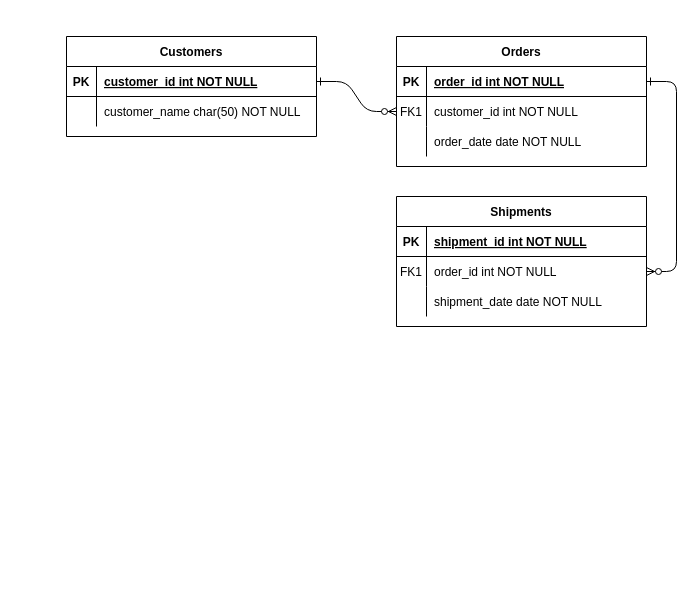
This is Untitled Diagram.drawio from whoisnaisu/skill-checkpoints-2-back-end-development, a draw.io file, before an edit. Source tidied: cells renumbered, new cells numbered last; positions are measured from the earlier drawing's top-left corner, leaving out a move shared by most shapes. Both pictures are drawn from the tidied source at 100%, with x=0, y=0 at pixel (66, 36).
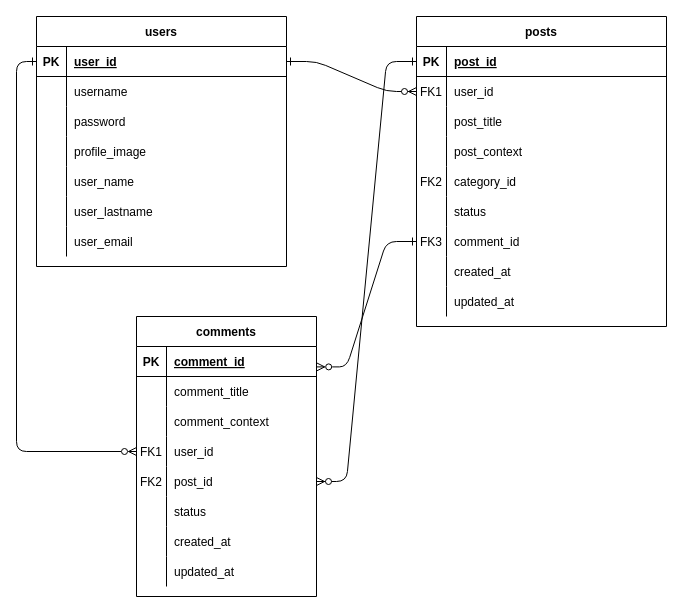
After the change.

The change refers to these unchanged cells:
```xml
<mxCell id="5" style="shape=partialRectangle;fillColor=none;points=[[0,0.5],[1,0.5]];portConstraint=eastwest;top=0;left=0;right=0;bottom=1;" parent="4" vertex="1">
  <mxGeometry y="30" width="250" height="30" as="geometry" />
</mxCell>
<mxCell id="8" style="shape=partialRectangle;fillColor=none;points=[[0,0.5],[1,0.5]];portConstraint=eastwest;top=0;left=0;right=0;bottom=0;" parent="4" vertex="1">
  <mxGeometry y="60" width="250" height="30" as="geometry" />
</mxCell>
<mxCell id="11" style="shape=partialRectangle;fillColor=none;top=0;left=0;right=0;bottom=0;" parent="4" vertex="1">
  <mxGeometry y="90" width="250" height="30" as="geometry" />
</mxCell>
<mxCell id="25" style="shape=partialRectangle;fillColor=none;points=[[0,0.5],[1,0.5]];portConstraint=eastwest;top=0;left=0;right=0;bottom=1;" parent="24" vertex="1">
  <mxGeometry y="30" width="250" height="30" as="geometry" />
</mxCell>
<mxCell id="28" style="shape=partialRectangle;fillColor=none;top=0;left=0;right=0;bottom=0;" parent="24" vertex="1">
  <mxGeometry y="60" width="250" height="30" as="geometry" />
</mxCell>
```

What changed in the source:
```diff
@@
-    <mxCell id="3" style="edgeStyle=entityRelationEdgeStyle;endArrow=ERzeroToMany;startArrow=ERone;endFill=1;startFill=0;" parent="1" edge="1" source="5" target="18">
+    <mxCell id="3" style="edgeStyle=entityRelationEdgeStyle;endArrow=ERzeroToMany;startArrow=ERone;endFill=1;startFill=0;" parent="1" edge="1" source="5" target="76">
       <mxGeometry relative="1" as="geometry" />
     </mxCell>
-    <mxCell id="4" value="Orders" style="shape=table;startSize=30;childLayout=tableLayout;rowLines=0;fontStyle=1;align=center;" parent="1" vertex="1">
-      <mxGeometry x="330" width="250" height="130" as="geometry" />
+    <mxCell id="4" value="posts" style="shape=table;startSize=30;childLayout=tableLayout;rowLines=0;fontStyle=1;align=center;" parent="1" vertex="1">
+      <mxGeometry x="350" y="-20" width="250" height="310" as="geometry" />
     </mxCell>
@@
-    <mxCell id="7" value="order_id int NOT NULL " style="shape=partialRectangle;overflow=hidden;fillColor=none;top=0;left=0;bottom=0;right=0;align=left;spacingLeft=6;fontStyle=5;" parent="5" vertex="1">
+    <mxCell id="7" value="post_id" style="shape=partialRectangle;overflow=hidden;fillColor=none;top=0;left=0;bottom=0;right=0;align=left;spacingLeft=6;fontStyle=5;" parent="5" vertex="1">
       <mxGeometry x="30" width="220" height="30" as="geometry" />
     </mxCell>
@@
-    <mxCell id="10" value="customer_id int NOT NULL" style="shape=partialRectangle;overflow=hidden;fillColor=none;top=0;left=0;bottom=0;right=0;align=left;spacingLeft=6;" parent="8" vertex="1">
+    <mxCell id="10" value="user_id" style="shape=partialRectangle;overflow=hidden;fillColor=none;top=0;left=0;bottom=0;right=0;align=left;spacingLeft=6;" parent="8" vertex="1">
       <mxGeometry x="30" width="220" height="30" as="geometry" />
     </mxCell>
@@
-    <mxCell id="13" value="order_date date NOT NULL" style="shape=partialRectangle;overflow=hidden;fillColor=none;top=0;left=0;bottom=0;right=0;align=left;spacingLeft=6;" parent="11" vertex="1">
+    <mxCell id="13" value="post_title" style="shape=partialRectangle;overflow=hidden;fillColor=none;top=0;left=0;bottom=0;right=0;align=left;spacingLeft=6;" parent="11" vertex="1">
       <mxGeometry x="30" width="220" height="30" as="geometry" />
     </mxCell>
-    <mxCell id="14" value="Shipments" style="shape=table;startSize=30;childLayout=tableLayout;rowLines=0;fontStyle=1;align=center;" parent="1" vertex="1">
-      <mxGeometry x="330" y="160" width="250" height="130" as="geometry" />
-    </mxCell>
-    <mxCell id="15" style="shape=partialRectangle;fillColor=none;top=0;left=0;right=0;bottom=1;" parent="14" vertex="1">
-      <mxGeometry y="30" width="250" height="30" as="geometry" />
-    </mxCell>
-    <mxCell id="16" value="PK" style="shape=partialRectangle;overflow=hidden;fillColor=none;top=0;left=0;bottom=0;right=0;fontStyle=1;" parent="15" vertex="1">
-      <mxGeometry width="30" height="30" as="geometry" />
-    </mxCell>
-    <mxCell id="17" value="shipment_id int NOT NULL " style="shape=partialRectangle;overflow=hidden;fillColor=none;top=0;left=0;bottom=0;right=0;align=left;spacingLeft=6;fontStyle=5;" parent="15" vertex="1">
-      <mxGeometry x="30" width="220" height="30" as="geometry" />
-    </mxCell>
-    <mxCell id="18" style="shape=partialRectangle;fillColor=none;points=[[0,0.5],[1,0.5]];portConstraint=eastwest;top=0;left=0;right=0;bottom=0;" parent="14" vertex="1">
-      <mxGeometry y="60" width="250" height="30" as="geometry" />
-    </mxCell>
-    <mxCell id="19" value="FK1" style="shape=partialRectangle;overflow=hidden;fillColor=none;top=0;left=0;bottom=0;right=0;" parent="18" vertex="1">
-      <mxGeometry width="30" height="30" as="geometry" />
-    </mxCell>
-    <mxCell id="20" value="order_id int NOT NULL" style="shape=partialRectangle;overflow=hidden;fillColor=none;top=0;left=0;bottom=0;right=0;align=left;spacingLeft=6;" parent="18" vertex="1">
-      <mxGeometry x="30" width="220" height="30" as="geometry" />
-    </mxCell>
-    <mxCell id="21" style="shape=partialRectangle;fillColor=none;top=0;left=0;right=0;bottom=0;" parent="14" vertex="1">
-      <mxGeometry y="90" width="250" height="30" as="geometry" />
-    </mxCell>
-    <mxCell id="22" style="shape=partialRectangle;overflow=hidden;fillColor=none;top=0;left=0;bottom=0;right=0;" parent="21" vertex="1">
-      <mxGeometry width="30" height="30" as="geometry" />
-    </mxCell>
-    <mxCell id="23" value="shipment_date date NOT NULL" style="shape=partialRectangle;overflow=hidden;fillColor=none;top=0;left=0;bottom=0;right=0;align=left;spacingLeft=6;" parent="21" vertex="1">
-      <mxGeometry x="30" width="220" height="30" as="geometry" />
-    </mxCell>
+    <mxCell id="31" style="shape=tableRow;horizontal=0;startSize=0;swimlaneHead=0;swimlaneBody=0;fillColor=none;top=0;left=0;right=0;bottom=0;" parent="4" vertex="1">
+      <mxGeometry y="120" width="250" height="30" as="geometry" />
+    </mxCell>
+    <mxCell id="32" style="shape=partialRectangle;fillColor=none;top=0;left=0;bottom=0;right=0;overflow=hidden;" parent="31" vertex="1">
+      <mxGeometry width="30" height="30" as="geometry" />
+    </mxCell>
+    <mxCell id="33" value="post_context" style="shape=partialRectangle;fillColor=none;top=0;left=0;bottom=0;right=0;align=left;spacingLeft=6;overflow=hidden;" parent="31" vertex="1">
+      <mxGeometry x="30" width="220" height="30" as="geometry" />
+    </mxCell>
+    <mxCell id="34" style="shape=tableRow;horizontal=0;startSize=0;swimlaneHead=0;swimlaneBody=0;fillColor=none;top=0;left=0;right=0;bottom=0;" parent="4" vertex="1">
+      <mxGeometry y="150" width="250" height="30" as="geometry" />
+    </mxCell>
+    <mxCell id="35" value="FK2" style="shape=partialRectangle;fillColor=none;top=0;left=0;bottom=0;right=0;overflow=hidden;" parent="34" vertex="1">
+      <mxGeometry width="30" height="30" as="geometry" />
+    </mxCell>
+    <mxCell id="36" value="category_id" style="shape=partialRectangle;fillColor=none;top=0;left=0;bottom=0;right=0;align=left;spacingLeft=6;overflow=hidden;" parent="34" vertex="1">
+      <mxGeometry x="30" width="220" height="30" as="geometry" />
+    </mxCell>
+    <mxCell id="37" style="shape=tableRow;horizontal=0;startSize=0;swimlaneHead=0;swimlaneBody=0;fillColor=none;top=0;left=0;right=0;bottom=0;" parent="4" vertex="1">
+      <mxGeometry y="180" width="250" height="30" as="geometry" />
+    </mxCell>
+    <mxCell id="38" style="shape=partialRectangle;fillColor=none;top=0;left=0;bottom=0;right=0;overflow=hidden;" parent="37" vertex="1">
+      <mxGeometry width="30" height="30" as="geometry" />
+    </mxCell>
+    <mxCell id="39" value="status" style="shape=partialRectangle;fillColor=none;top=0;left=0;bottom=0;right=0;align=left;spacingLeft=6;overflow=hidden;" parent="37" vertex="1">
+      <mxGeometry x="30" width="220" height="30" as="geometry" />
+    </mxCell>
+    <mxCell id="40" style="shape=tableRow;horizontal=0;startSize=0;swimlaneHead=0;swimlaneBody=0;fillColor=none;points=[[0,0.5],[1,0.5]];portConstraint=eastwest;top=0;left=0;right=0;bottom=0;" parent="4" vertex="1">
+      <mxGeometry y="210" width="250" height="30" as="geometry" />
+    </mxCell>
+    <mxCell id="41" value="FK3" style="shape=partialRectangle;fillColor=none;top=0;left=0;bottom=0;right=0;fontStyle=0;overflow=hidden;" parent="40" vertex="1">
+      <mxGeometry width="30" height="30" as="geometry" />
+    </mxCell>
+    <mxCell id="42" value="comment_id" style="shape=partialRectangle;fillColor=none;top=0;left=0;bottom=0;right=0;align=left;spacingLeft=6;fontStyle=0;overflow=hidden;" parent="40" vertex="1">
+      <mxGeometry x="30" width="220" height="30" as="geometry" />
+    </mxCell>
+    <mxCell id="43" style="shape=tableRow;horizontal=0;startSize=0;swimlaneHead=0;swimlaneBody=0;fillColor=none;top=0;left=0;right=0;bottom=0;" parent="4" vertex="1">
+      <mxGeometry y="240" width="250" height="30" as="geometry" />
+    </mxCell>
+    <mxCell id="44" style="shape=partialRectangle;fillColor=none;top=0;left=0;bottom=0;right=0;overflow=hidden;" parent="43" vertex="1">
+      <mxGeometry width="30" height="30" as="geometry" />
+    </mxCell>
+    <mxCell id="45" value="created_at" style="shape=partialRectangle;fillColor=none;top=0;left=0;bottom=0;right=0;align=left;spacingLeft=6;overflow=hidden;" parent="43" vertex="1">
+      <mxGeometry x="30" width="220" height="30" as="geometry" />
+    </mxCell>
+    <mxCell id="46" style="shape=tableRow;horizontal=0;startSize=0;swimlaneHead=0;swimlaneBody=0;fillColor=none;top=0;left=0;right=0;bottom=0;" parent="4" vertex="1">
+      <mxGeometry y="270" width="250" height="30" as="geometry" />
+    </mxCell>
+    <mxCell id="47" style="shape=partialRectangle;fillColor=none;top=0;left=0;bottom=0;right=0;overflow=hidden;" parent="46" vertex="1">
+      <mxGeometry width="30" height="30" as="geometry" />
+    </mxCell>
+    <mxCell id="48" value="updated_at" style="shape=partialRectangle;fillColor=none;top=0;left=0;bottom=0;right=0;align=left;spacingLeft=6;overflow=hidden;" parent="46" vertex="1">
+      <mxGeometry x="30" width="220" height="30" as="geometry" />
+    </mxCell>
-    <mxCell id="24" value="Customers" style="shape=table;startSize=30;childLayout=tableLayout;rowLines=0;fontStyle=1;align=center;" parent="1" vertex="1">
-      <mxGeometry width="250" height="100" as="geometry" />
+    <mxCell id="24" value="users" style="shape=table;startSize=30;childLayout=tableLayout;rowLines=0;fontStyle=1;align=center;" parent="1" vertex="1">
+      <mxGeometry x="-30" y="-20" width="250" height="250" as="geometry" />
     </mxCell>
@@
-    <mxCell id="27" value="customer_id int NOT NULL " style="shape=partialRectangle;overflow=hidden;fillColor=none;top=0;left=0;bottom=0;right=0;align=left;spacingLeft=6;fontStyle=5;" parent="25" vertex="1">
+    <mxCell id="27" value="user_id" style="shape=partialRectangle;overflow=hidden;fillColor=none;top=0;left=0;bottom=0;right=0;align=left;spacingLeft=6;fontStyle=5;" parent="25" vertex="1">
       <mxGeometry x="30" width="220" height="30" as="geometry" />
     </mxCell>
@@
-    <mxCell id="30" value="customer_name char(50) NOT NULL" style="shape=partialRectangle;overflow=hidden;fillColor=none;top=0;left=0;bottom=0;right=0;align=left;spacingLeft=6;" parent="28" vertex="1">
+    <mxCell id="30" value="username" style="shape=partialRectangle;overflow=hidden;fillColor=none;top=0;left=0;bottom=0;right=0;align=left;spacingLeft=6;" parent="28" vertex="1">
       <mxGeometry x="30" width="220" height="30" as="geometry" />
     </mxCell>
+    <mxCell id="49" style="shape=tableRow;horizontal=0;startSize=0;swimlaneHead=0;swimlaneBody=0;fillColor=none;top=0;left=0;right=0;bottom=0;" parent="24" vertex="1">
+      <mxGeometry y="90" width="250" height="30" as="geometry" />
+    </mxCell>
+    <mxCell id="50" style="shape=partialRectangle;fillColor=none;top=0;left=0;bottom=0;right=0;overflow=hidden;" parent="49" vertex="1">
+      <mxGeometry width="30" height="30" as="geometry" />
+    </mxCell>
+    <mxCell id="51" value="password" style="shape=partialRectangle;fillColor=none;top=0;left=0;bottom=0;right=0;align=left;spacingLeft=6;overflow=hidden;" parent="49" vertex="1">
+      <mxGeometry x="30" width="220" height="30" as="geometry" />
+    </mxCell>
+    <mxCell id="52" style="shape=tableRow;horizontal=0;startSize=0;swimlaneHead=0;swimlaneBody=0;fillColor=none;top=0;left=0;right=0;bottom=0;" parent="24" vertex="1">
+      <mxGeometry y="120" width="250" height="30" as="geometry" />
+    </mxCell>
+    <mxCell id="53" style="shape=partialRectangle;fillColor=none;top=0;left=0;bottom=0;right=0;overflow=hidden;" parent="52" vertex="1">
+      <mxGeometry width="30" height="30" as="geometry" />
+    </mxCell>
+    <mxCell id="54" value="profile_image" style="shape=partialRectangle;fillColor=none;top=0;left=0;bottom=0;right=0;align=left;spacingLeft=6;overflow=hidden;" parent="52" vertex="1">
+      <mxGeometry x="30" width="220" height="30" as="geometry" />
+    </mxCell>
+    <mxCell id="55" style="shape=tableRow;horizontal=0;startSize=0;swimlaneHead=0;swimlaneBody=0;fillColor=none;top=0;left=0;right=0;bottom=0;" parent="24" vertex="1">
+      <mxGeometry y="150" width="250" height="30" as="geometry" />
+    </mxCell>
+    <mxCell id="56" style="shape=partialRectangle;fillColor=none;top=0;left=0;bottom=0;right=0;fontStyle=0;overflow=hidden;" parent="55" vertex="1">
+      <mxGeometry width="30" height="30" as="geometry" />
+    </mxCell>
+    <mxCell id="57" value="user_name" style="shape=partialRectangle;fillColor=none;top=0;left=0;bottom=0;right=0;align=left;spacingLeft=6;fontStyle=0;overflow=hidden;" parent="55" vertex="1">
+      <mxGeometry x="30" width="220" height="30" as="geometry" />
+    </mxCell>
+    <mxCell id="58" style="shape=tableRow;horizontal=0;startSize=0;swimlaneHead=0;swimlaneBody=0;fillColor=none;top=0;left=0;right=0;bottom=0;" parent="24" vertex="1">
+      <mxGeometry y="180" width="250" height="30" as="geometry" />
+    </mxCell>
+    <mxCell id="59" style="shape=partialRectangle;fillColor=none;top=0;left=0;bottom=0;right=0;fontStyle=0;overflow=hidden;" parent="58" vertex="1">
+      <mxGeometry width="30" height="30" as="geometry" />
+    </mxCell>
+    <mxCell id="60" value="user_lastname" style="shape=partialRectangle;fillColor=none;top=0;left=0;bottom=0;right=0;align=left;spacingLeft=6;fontStyle=0;overflow=hidden;" parent="58" vertex="1">
+      <mxGeometry x="30" width="220" height="30" as="geometry" />
+    </mxCell>
+    <mxCell id="61" style="shape=tableRow;horizontal=0;startSize=0;swimlaneHead=0;swimlaneBody=0;fillColor=none;top=0;left=0;right=0;bottom=0;" parent="24" vertex="1">
+      <mxGeometry y="210" width="250" height="30" as="geometry" />
+    </mxCell>
+    <mxCell id="62" style="shape=partialRectangle;fillColor=none;top=0;left=0;bottom=0;right=0;overflow=hidden;" parent="61" vertex="1">
+      <mxGeometry width="30" height="30" as="geometry" />
+    </mxCell>
+    <mxCell id="63" value="user_email" style="shape=partialRectangle;fillColor=none;top=0;left=0;bottom=0;right=0;align=left;spacingLeft=6;overflow=hidden;" parent="61" vertex="1">
+      <mxGeometry x="30" width="220" height="30" as="geometry" />
+    </mxCell>
+    <mxCell id="64" style="edgeStyle=entityRelationEdgeStyle;rounded=1;jettySize=auto;html=1;exitX=0;exitY=0.5;exitDx=0;exitDy=0;endArrow=ERzeroToMany;endFill=0;startArrow=ERone;startFill=0;elbow=vertical;entryX=1.001;entryY=0.68;entryDx=0;entryDy=0;entryPerimeter=0;" parent="1" edge="1" source="40" target="66">
+      <mxGeometry relative="1" as="geometry" />
+    </mxCell>
+    <mxCell id="65" value="comments" style="shape=table;startSize=30;childLayout=tableLayout;rowLines=0;fontStyle=1;align=center;" parent="1" vertex="1">
+      <mxGeometry x="70" y="280" width="180" height="280" as="geometry" />
+    </mxCell>
+    <mxCell id="66" style="shape=tableRow;horizontal=0;startSize=0;swimlaneHead=0;swimlaneBody=0;fillColor=none;points=[[0,0.5],[1,0.5]];portConstraint=eastwest;top=0;left=0;right=0;bottom=1;" parent="65" vertex="1">
+      <mxGeometry y="30" width="180" height="30" as="geometry" />
+    </mxCell>
+    <mxCell id="16" value="PK" style="shape=partialRectangle;fillColor=none;top=0;left=0;bottom=0;right=0;fontStyle=1;overflow=hidden;" parent="66" vertex="1">
+      <mxGeometry width="30" height="30" as="geometry" />
+    </mxCell>
+    <mxCell id="67" value="comment_id" style="shape=partialRectangle;fillColor=none;top=0;left=0;bottom=0;right=0;align=left;spacingLeft=6;fontStyle=5;overflow=hidden;" parent="66" vertex="1">
+      <mxGeometry x="30" width="150" height="30" as="geometry" />
+    </mxCell>
+    <mxCell id="68" style="shape=tableRow;horizontal=0;startSize=0;swimlaneHead=0;swimlaneBody=0;fillColor=none;top=0;left=0;right=0;bottom=0;" parent="65" vertex="1">
+      <mxGeometry y="60" width="180" height="30" as="geometry" />
+    </mxCell>
+    <mxCell id="69" style="shape=partialRectangle;fillColor=none;top=0;left=0;bottom=0;right=0;overflow=hidden;" parent="68" vertex="1">
+      <mxGeometry width="30" height="30" as="geometry" />
+    </mxCell>
+    <mxCell id="70" value="comment_title" style="shape=partialRectangle;fillColor=none;top=0;left=0;bottom=0;right=0;align=left;spacingLeft=6;overflow=hidden;" parent="68" vertex="1">
+      <mxGeometry x="30" width="150" height="30" as="geometry" />
+    </mxCell>
+    <mxCell id="71" style="shape=tableRow;horizontal=0;startSize=0;swimlaneHead=0;swimlaneBody=0;fillColor=none;top=0;left=0;right=0;bottom=0;" parent="65" vertex="1">
+      <mxGeometry y="90" width="180" height="30" as="geometry" />
+    </mxCell>
+    <mxCell id="72" style="shape=partialRectangle;fillColor=none;top=0;left=0;bottom=0;right=0;overflow=hidden;" parent="71" vertex="1">
+      <mxGeometry width="30" height="30" as="geometry" />
+    </mxCell>
+    <mxCell id="73" value="comment_context" style="shape=partialRectangle;fillColor=none;top=0;left=0;bottom=0;right=0;align=left;spacingLeft=6;overflow=hidden;" parent="71" vertex="1">
+      <mxGeometry x="30" width="150" height="30" as="geometry" />
+    </mxCell>
+    <mxCell id="74" style="shape=tableRow;horizontal=0;startSize=0;swimlaneHead=0;swimlaneBody=0;fillColor=none;points=[[0,0.5],[1,0.5]];portConstraint=eastwest;top=0;left=0;right=0;bottom=0;" parent="65" vertex="1">
+      <mxGeometry y="120" width="180" height="30" as="geometry" />
+    </mxCell>
+    <mxCell id="19" value="FK1" style="shape=partialRectangle;fillColor=none;top=0;left=0;bottom=0;right=0;overflow=hidden;" parent="74" vertex="1">
+      <mxGeometry width="30" height="30" as="geometry" />
+    </mxCell>
+    <mxCell id="75" value="user_id" style="shape=partialRectangle;fillColor=none;top=0;left=0;bottom=0;right=0;align=left;spacingLeft=6;overflow=hidden;" parent="74" vertex="1">
+      <mxGeometry x="30" width="150" height="30" as="geometry" />
+    </mxCell>
+    <mxCell id="76" style="shape=tableRow;horizontal=0;startSize=0;swimlaneHead=0;swimlaneBody=0;fillColor=none;points=[[0,0.5],[1,0.5]];portConstraint=eastwest;top=0;left=0;right=0;bottom=0;" parent="65" vertex="1">
+      <mxGeometry y="150" width="180" height="30" as="geometry" />
+    </mxCell>
+    <mxCell id="77" value="FK2" style="shape=partialRectangle;fillColor=none;top=0;left=0;bottom=0;right=0;fontStyle=0;overflow=hidden;" parent="76" vertex="1">
+      <mxGeometry width="30" height="30" as="geometry" />
+    </mxCell>
+    <mxCell id="78" value="post_id" style="shape=partialRectangle;fillColor=none;top=0;left=0;bottom=0;right=0;align=left;spacingLeft=6;fontStyle=0;overflow=hidden;" parent="76" vertex="1">
+      <mxGeometry x="30" width="150" height="30" as="geometry" />
+    </mxCell>
+    <mxCell id="79" style="shape=tableRow;horizontal=0;startSize=0;swimlaneHead=0;swimlaneBody=0;fillColor=none;top=0;left=0;right=0;bottom=0;" parent="65" vertex="1">
+      <mxGeometry y="180" width="180" height="30" as="geometry" />
+    </mxCell>
+    <mxCell id="80" style="shape=partialRectangle;fillColor=none;top=0;left=0;bottom=0;right=0;overflow=hidden;" parent="79" vertex="1">
+      <mxGeometry width="30" height="30" as="geometry" />
+    </mxCell>
+    <mxCell id="81" value="status" style="shape=partialRectangle;fillColor=none;top=0;left=0;bottom=0;right=0;align=left;spacingLeft=6;overflow=hidden;" parent="79" vertex="1">
+      <mxGeometry x="30" width="150" height="30" as="geometry" />
+    </mxCell>
+    <mxCell id="82" style="shape=tableRow;horizontal=0;startSize=0;swimlaneHead=0;swimlaneBody=0;fillColor=none;top=0;left=0;right=0;bottom=0;" parent="65" vertex="1">
+      <mxGeometry y="210" width="180" height="30" as="geometry" />
+    </mxCell>
+    <mxCell id="83" style="shape=partialRectangle;fillColor=none;top=0;left=0;bottom=0;right=0;overflow=hidden;" parent="82" vertex="1">
+      <mxGeometry width="30" height="30" as="geometry" />
+    </mxCell>
+    <mxCell id="84" value="created_at" style="shape=partialRectangle;fillColor=none;top=0;left=0;bottom=0;right=0;align=left;spacingLeft=6;overflow=hidden;" parent="82" vertex="1">
+      <mxGeometry x="30" width="150" height="30" as="geometry" />
+    </mxCell>
+    <mxCell id="85" style="shape=tableRow;horizontal=0;startSize=0;swimlaneHead=0;swimlaneBody=0;fillColor=none;top=0;left=0;right=0;bottom=0;" parent="65" vertex="1">
+      <mxGeometry y="240" width="180" height="30" as="geometry" />
+    </mxCell>
+    <mxCell id="86" style="shape=partialRectangle;fillColor=none;top=0;left=0;bottom=0;right=0;overflow=hidden;" parent="85" vertex="1">
+      <mxGeometry width="30" height="30" as="geometry" />
+    </mxCell>
+    <mxCell id="87" value="updated_at" style="shape=partialRectangle;fillColor=none;top=0;left=0;bottom=0;right=0;align=left;spacingLeft=6;overflow=hidden;" parent="85" vertex="1">
+      <mxGeometry x="30" width="150" height="30" as="geometry" />
+    </mxCell>
+    <mxCell id="88" style="edgeStyle=orthogonalEdgeStyle;rounded=1;jettySize=auto;html=1;exitX=0;exitY=0.5;exitDx=0;exitDy=0;entryX=0;entryY=0.5;entryDx=0;entryDy=0;startArrow=ERone;startFill=0;endArrow=ERzeroToMany;endFill=0;elbow=vertical;" parent="1" edge="1" source="25" target="74">
+      <mxGeometry relative="1" as="geometry" />
+    </mxCell>
```
